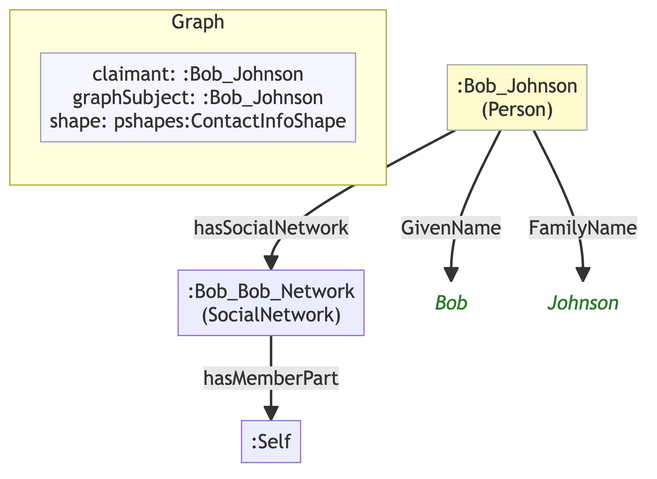
The Mermaid diagram example/graphs/images/graph-02.png in MeeFoundation/mia-ontologies, before a commit. Its source is kept beside it as example/graphs/images/graph-02.mmd.
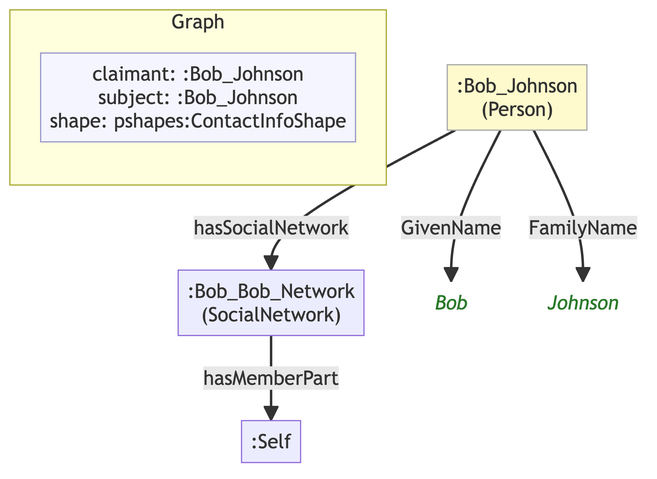
Above is the later version.

Diff of the diagram source:
```diff
@@ -7,16 +7,16 @@
 
     subgraph ctx["Graph"]
         direction LR
-        ctx_meta["claimant: :Bob_Johnson\ngraphSubject: :Bob_Johnson\nshape: pshapes:ContactInfoShape"]:::meta
+        ctx_meta["claimant: :Bob_Johnson\nsubject: :Bob_Johnson\nshape: pshapes:ContactInfoShape"]:::meta
     end
 
     neae384a4670c[":Bob_Bob_Network\n(SocialNetwork)"]
     nca0dda0e6750[":Self"]
     ncec7d6304e56[":Bob_Johnson\n(Person)"]:::person
-    nc15c8b79a971("Bob"):::lit
-    n8596c4136ed9("Johnson"):::lit
+    n70109c923182("Bob"):::lit
+    n00743738fdff("Johnson"):::lit
 
     neae384a4670c -->|"hasMemberPart"| nca0dda0e6750
-    ncec7d6304e56 -->|"GivenName"| nc15c8b79a971
-    ncec7d6304e56 -->|"FamilyName"| n8596c4136ed9
+    ncec7d6304e56 -->|"GivenName"| n70109c923182
+    ncec7d6304e56 -->|"FamilyName"| n00743738fdff
     ncec7d6304e56 -->|"hasSocialNetwork"| neae384a4670c
```
